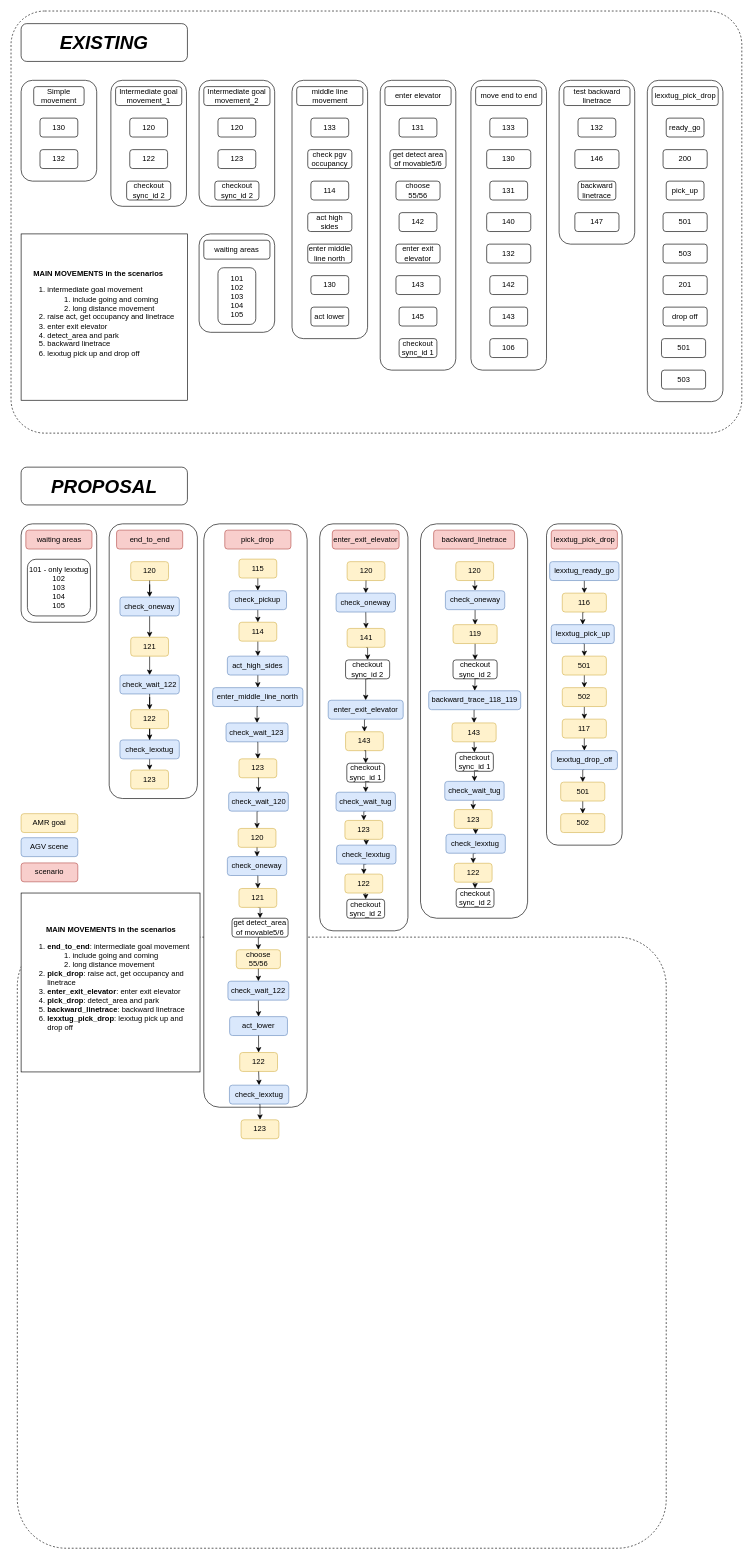
This is 24hrtest.drawio from sdswoops824/myrepo, a draw.io file, before an edit. Source tidied: cells renumbered, new cells numbered last; positions are measured from the earlier drawing's top-left corner, leaving out a move shared by most shapes. Both pictures are drawn from the tidied source at 63%, with x=0, y=0 at pixel (11, 11).
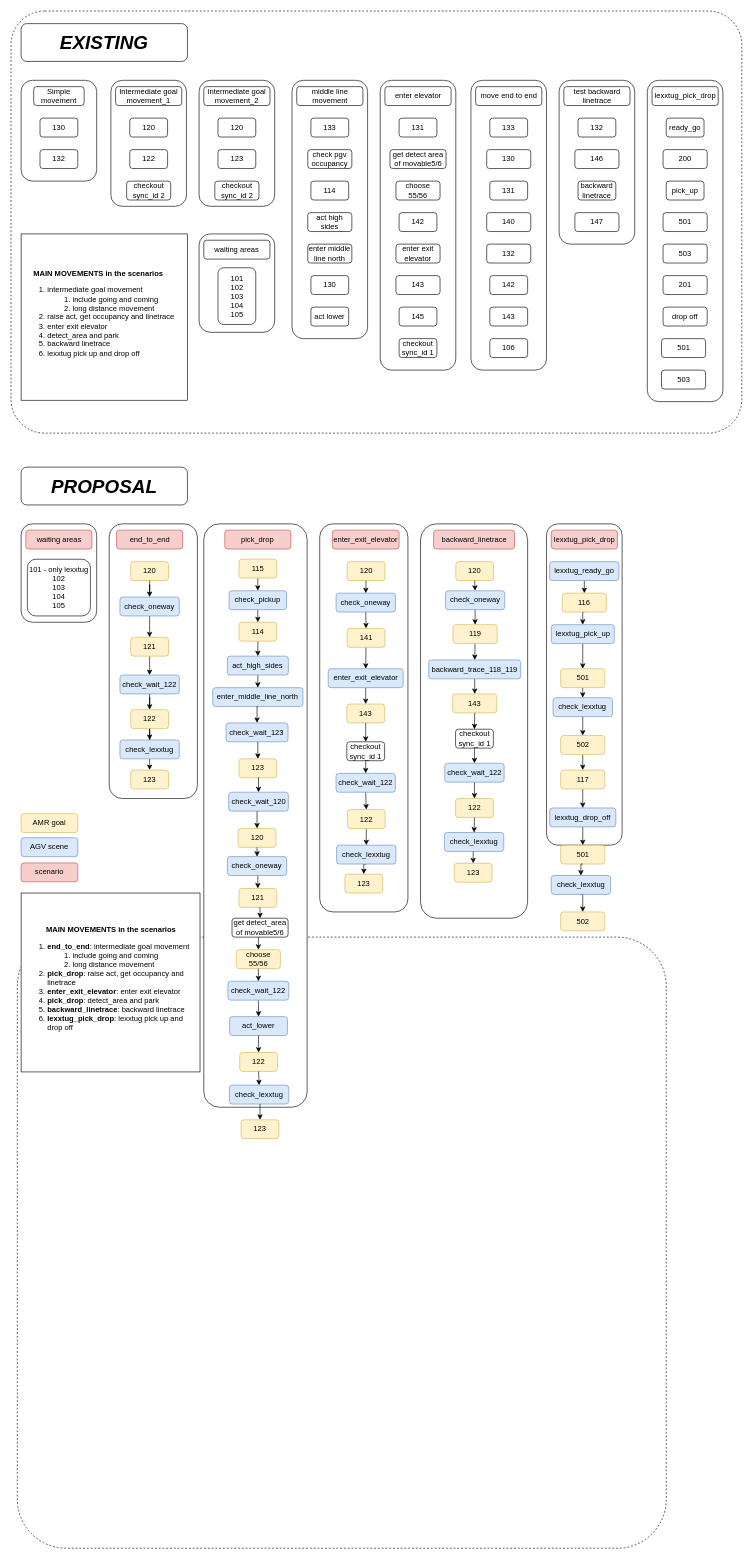
Above is the later version.

Unchanged cells that the change refers to:
```xml
<mxCell id="89" value="141" style="rounded=1;whiteSpace=wrap;html=1;fillColor=#fff2cc;strokeColor=#d6b656;" parent="1" vertex="1">
  <mxGeometry x="533.5" y="980" width="60" height="30" as="geometry" />
</mxCell>
<mxCell id="103" value="119" style="rounded=1;whiteSpace=wrap;html=1;fillColor=#fff2cc;strokeColor=#d6b656;" parent="1" vertex="1">
  <mxGeometry x="701.6" y="974" width="70" height="30" as="geometry" />
</mxCell>
```

Change to the diagram source:
```diff
@@
     <mxCell id="84" style="rounded=1;whiteSpace=wrap;html=1;" parent="1" vertex="1">
-      <mxGeometry x="490" y="814" width="140" height="646" as="geometry" />
+      <mxGeometry x="490" y="814" width="140" height="616" as="geometry" />
     </mxCell>
@@
-    <mxCell id="88" style="edgeStyle=orthogonalEdgeStyle;rounded=0;jettySize=auto;html=1;exitX=0.5;exitY=1;exitDx=0;exitDy=0;entryX=0.5;entryY=0;entryDx=0;entryDy=0;" parent="1" edge="1" source="89" target="143">
+    <mxCell id="88" style="edgeStyle=orthogonalEdgeStyle;rounded=0;jettySize=auto;html=1;exitX=0.5;exitY=1;exitDx=0;exitDy=0;entryX=0.5;entryY=0;entryDx=0;entryDy=0;" parent="1" edge="1" source="89" target="149">
       <mxGeometry relative="1" as="geometry" />
     </mxCell>
@@
     <mxCell id="92" value="143" style="rounded=1;whiteSpace=wrap;html=1;fillColor=#fff2cc;strokeColor=#d6b656;" parent="1" vertex="1">
-      <mxGeometry x="531" y="1144" width="60" height="30" as="geometry" />
+      <mxGeometry x="533" y="1100" width="60" height="30" as="geometry" />
     </mxCell>
@@
-    <mxCell id="95" style="edgeStyle=orthogonalEdgeStyle;rounded=0;jettySize=auto;html=1;exitX=0.5;exitY=1;exitDx=0;exitDy=0;entryX=0.5;entryY=0;entryDx=0;entryDy=0;" parent="1" edge="1" source="140" target="141">
-      <mxGeometry relative="1" as="geometry" />
-    </mxCell>
@@
     <mxCell id="101" value="backward_trace_118_119" style="rounded=1;whiteSpace=wrap;html=1;fillColor=#dae8fc;strokeColor=#6c8ebf;" parent="1" vertex="1">
-      <mxGeometry x="663" y="1079" width="146" height="30" as="geometry" />
+      <mxGeometry x="663" y="1030" width="146" height="30" as="geometry" />
     </mxCell>
-    <mxCell id="102" style="edgeStyle=orthogonalEdgeStyle;rounded=0;jettySize=auto;html=1;exitX=0.5;exitY=1;exitDx=0;exitDy=0;entryX=0.5;entryY=0;entryDx=0;entryDy=0;" parent="1" edge="1" source="103" target="145">
+    <mxCell id="102" style="edgeStyle=orthogonalEdgeStyle;rounded=0;jettySize=auto;html=1;exitX=0.5;exitY=1;exitDx=0;exitDy=0;entryX=0.5;entryY=0;entryDx=0;entryDy=0;" parent="1" edge="1" source="103" target="101">
       <mxGeometry relative="1" as="geometry" />
     </mxCell>
@@
     <mxCell id="104" value="143" style="rounded=1;whiteSpace=wrap;html=1;fillColor=#fff2cc;strokeColor=#d6b656;" parent="1" vertex="1">
-      <mxGeometry x="700" y="1130" width="70" height="30" as="geometry" />
+      <mxGeometry x="701" y="1084" width="70" height="30" as="geometry" />
     </mxCell>
@@
-    <mxCell id="113" style="edgeStyle=orthogonalEdgeStyle;rounded=0;jettySize=auto;html=1;exitX=0.5;exitY=1;exitDx=0;exitDy=0;entryX=0.5;entryY=0;entryDx=0;entryDy=0;" parent="1" edge="1" source="114" target="116">
-      <mxGeometry relative="1" as="geometry" />
-    </mxCell>
+    <mxCell id="198" style="edgeStyle=orthogonalEdgeStyle;rounded=0;jettySize=auto;html=1;exitX=0.5;exitY=1;exitDx=0;exitDy=0;entryX=0.5;entryY=0;entryDx=0;entryDy=0;" parent="1" edge="1" source="114" target="200">
+      <mxGeometry relative="1" as="geometry" />
+    </mxCell>
     <mxCell id="114" value="501" style="rounded=1;whiteSpace=wrap;html=1;fillColor=#fff2cc;strokeColor=#d6b656;" parent="1" vertex="1">
-      <mxGeometry x="875" y="1024" width="70" height="30" as="geometry" />
+      <mxGeometry x="872.5" y="1044" width="70" height="30" as="geometry" />
     </mxCell>
@@
     <mxCell id="116" value="502" style="rounded=1;whiteSpace=wrap;html=1;fillColor=#fff2cc;strokeColor=#d6b656;" parent="1" vertex="1">
-      <mxGeometry x="875" y="1074" width="70" height="30" as="geometry" />
+      <mxGeometry x="872.5" y="1150" width="70" height="30" as="geometry" />
     </mxCell>
@@
     <mxCell id="118" value="lexxtug_drop_off" style="rounded=1;whiteSpace=wrap;html=1;fillColor=#dae8fc;strokeColor=#6c8ebf;" parent="1" vertex="1">
-      <mxGeometry x="857.5" y="1174" width="105" height="30" as="geometry" />
+      <mxGeometry x="855" y="1265" width="105" height="30" as="geometry" />
     </mxCell>
-    <mxCell id="119" style="edgeStyle=orthogonalEdgeStyle;rounded=0;jettySize=auto;html=1;exitX=0.5;exitY=1;exitDx=0;exitDy=0;entryX=0.5;entryY=0;entryDx=0;entryDy=0;" parent="1" edge="1" source="120" target="123">
+    <mxCell id="119" style="edgeStyle=orthogonalEdgeStyle;rounded=0;jettySize=auto;html=1;exitX=0.5;exitY=1;exitDx=0;exitDy=0;entryX=0.5;entryY=0;entryDx=0;entryDy=0;" parent="1" edge="1" source="202" target="123">
       <mxGeometry relative="1" as="geometry" />
     </mxCell>
     <mxCell id="120" value="501" style="rounded=1;whiteSpace=wrap;html=1;fillColor=#fff2cc;strokeColor=#d6b656;" parent="1" vertex="1">
-      <mxGeometry x="872.5" y="1224" width="70" height="30" as="geometry" />
+      <mxGeometry x="872.5" y="1324" width="70" height="30" as="geometry" />
     </mxCell>
@@
     <mxCell id="122" value="117" style="rounded=1;whiteSpace=wrap;html=1;fillColor=#fff2cc;strokeColor=#d6b656;" parent="1" vertex="1">
-      <mxGeometry x="875" y="1124" width="70" height="30" as="geometry" />
+      <mxGeometry x="872.5" y="1204.8" width="70" height="30" as="geometry" />
     </mxCell>
     <mxCell id="123" value="502" style="rounded=1;whiteSpace=wrap;html=1;fillColor=#fff2cc;strokeColor=#d6b656;" parent="1" vertex="1">
-      <mxGeometry x="872.5" y="1274" width="70" height="30" as="geometry" />
+      <mxGeometry x="872.5" y="1430" width="70" height="30" as="geometry" />
     </mxCell>
@@
-    <mxCell id="140" value="122" style="rounded=1;whiteSpace=wrap;html=1;fillColor=#fff2cc;strokeColor=#d6b656;" parent="1" vertex="1">
+    <mxCell id="140" value="123" style="rounded=1;whiteSpace=wrap;html=1;fillColor=#fff2cc;strokeColor=#d6b656;" parent="1" vertex="1">
       <mxGeometry x="530" y="1370" width="60" height="30" as="geometry" />
     </mxCell>
-    <mxCell id="141" value="checkout&lt;div&gt;sync_id 2&lt;/div&gt;" style="rounded=1;whiteSpace=wrap;html=1;" parent="1" vertex="1">
-      <mxGeometry x="533" y="1410" width="60" height="30" as="geometry" />
-    </mxCell>
-    <mxCell id="142" style="edgeStyle=orthogonalEdgeStyle;rounded=0;jettySize=auto;html=1;exitX=0.5;exitY=1;exitDx=0;exitDy=0;entryX=0.5;entryY=0;entryDx=0;entryDy=0;" parent="1" edge="1" source="143" target="149">
-      <mxGeometry relative="1" as="geometry" />
-    </mxCell>
-    <mxCell id="143" value="checkout sync_id 2" style="rounded=1;whiteSpace=wrap;html=1;" parent="1" vertex="1">
-      <mxGeometry x="531" y="1030" width="70" height="30" as="geometry" />
-    </mxCell>
-    <mxCell id="144" style="edgeStyle=orthogonalEdgeStyle;rounded=0;jettySize=auto;html=1;exitX=0.5;exitY=1;exitDx=0;exitDy=0;entryX=0.5;entryY=0;entryDx=0;entryDy=0;" parent="1" edge="1" source="145" target="101">
-      <mxGeometry relative="1" as="geometry" />
-    </mxCell>
-    <mxCell id="145" value="checkout sync_id 2" style="rounded=1;whiteSpace=wrap;html=1;" parent="1" vertex="1">
-      <mxGeometry x="701.6" y="1030" width="70" height="30" as="geometry" />
-    </mxCell>
@@
     <mxCell id="149" value="enter_exit_elevator" style="rounded=1;whiteSpace=wrap;html=1;fillColor=#dae8fc;strokeColor=#6c8ebf;" parent="1" vertex="1">
-      <mxGeometry x="503.5" y="1094" width="119" height="30" as="geometry" />
+      <mxGeometry x="503.5" y="1044" width="119" height="30" as="geometry" />
     </mxCell>
@@
-    <mxCell id="171" value="check_wait_tug" style="rounded=1;whiteSpace=wrap;html=1;fillColor=#dae8fc;strokeColor=#6c8ebf;" parent="1" vertex="1">
-      <mxGeometry x="515.9" y="1240" width="94.2" height="30" as="geometry" />
+    <mxCell id="171" value="check_wait_122" style="rounded=1;whiteSpace=wrap;html=1;fillColor=#dae8fc;strokeColor=#6c8ebf;" parent="1" vertex="1">
+      <mxGeometry x="515.9" y="1210" width="94.2" height="30" as="geometry" />
     </mxCell>
@@
-    <mxCell id="173" value="123" style="rounded=1;whiteSpace=wrap;html=1;fillColor=#fff2cc;strokeColor=#d6b656;" parent="1" vertex="1">
-      <mxGeometry x="530" y="1284.8" width="60" height="30" as="geometry" />
+    <mxCell id="173" value="122" style="rounded=1;whiteSpace=wrap;html=1;fillColor=#fff2cc;strokeColor=#d6b656;" parent="1" vertex="1">
+      <mxGeometry x="533.9" y="1267.5" width="60" height="30" as="geometry" />
     </mxCell>
@@
     <mxCell id="177" value="checkout&lt;div&gt;sync_id 1&lt;/div&gt;" style="rounded=1;whiteSpace=wrap;html=1;" parent="1" vertex="1">
-      <mxGeometry x="533" y="1194" width="60" height="30" as="geometry" />
+      <mxGeometry x="533" y="1160" width="60" height="30" as="geometry" />
     </mxCell>
@@
-    <mxCell id="182" style="edgeStyle=orthogonalEdgeStyle;rounded=0;jettySize=auto;html=1;exitX=0.5;exitY=1;exitDx=0;exitDy=0;entryX=0.5;entryY=0;entryDx=0;entryDy=0;" parent="1" edge="1" source="183" target="184">
-      <mxGeometry relative="1" as="geometry" />
-    </mxCell>
-    <mxCell id="183" value="122" style="rounded=1;whiteSpace=wrap;html=1;fillColor=#fff2cc;strokeColor=#d6b656;" parent="1" vertex="1">
+    <mxCell id="183" value="123" style="rounded=1;whiteSpace=wrap;html=1;fillColor=#fff2cc;strokeColor=#d6b656;" parent="1" vertex="1">
       <mxGeometry x="703.6" y="1352.8" width="60" height="30" as="geometry" />
     </mxCell>
-    <mxCell id="184" value="checkout&lt;div&gt;sync_id 2&lt;/div&gt;" style="rounded=1;whiteSpace=wrap;html=1;" parent="1" vertex="1">
-      <mxGeometry x="706.6" y="1392.8" width="60" height="30" as="geometry" />
-    </mxCell>
@@
-    <mxCell id="186" value="check_wait_tug" style="rounded=1;whiteSpace=wrap;html=1;fillColor=#dae8fc;strokeColor=#6c8ebf;" parent="1" vertex="1">
-      <mxGeometry x="688.5" y="1222.8" width="94.2" height="30" as="geometry" />
+    <mxCell id="186" value="check_wait_122" style="rounded=1;whiteSpace=wrap;html=1;fillColor=#dae8fc;strokeColor=#6c8ebf;" parent="1" vertex="1">
+      <mxGeometry x="688.5" y="1194" width="94.2" height="30" as="geometry" />
     </mxCell>
@@
-    <mxCell id="188" value="123" style="rounded=1;whiteSpace=wrap;html=1;fillColor=#fff2cc;strokeColor=#d6b656;" parent="1" vertex="1">
-      <mxGeometry x="703.6" y="1267.5" width="60" height="30" as="geometry" />
+    <mxCell id="188" value="122" style="rounded=1;whiteSpace=wrap;html=1;fillColor=#fff2cc;strokeColor=#d6b656;" parent="1" vertex="1">
+      <mxGeometry x="705.6" y="1250" width="60" height="30" as="geometry" />
     </mxCell>
@@
     <mxCell id="190" value="check_lexxtug" style="rounded=1;whiteSpace=wrap;html=1;fillColor=#dae8fc;strokeColor=#6c8ebf;" parent="1" vertex="1">
-      <mxGeometry x="690.4" y="1306.8" width="94.2" height="30" as="geometry" />
+      <mxGeometry x="687.9" y="1304" width="94.2" height="30" as="geometry" />
     </mxCell>
     <mxCell id="191" value="checkout&lt;div&gt;sync_id 1&lt;/div&gt;" style="rounded=1;whiteSpace=wrap;html=1;" parent="1" vertex="1">
-      <mxGeometry x="705.6" y="1176.8" width="60" height="30" as="geometry" />
+      <mxGeometry x="705.6" y="1140" width="60" height="30" as="geometry" />
     </mxCell>
@@
+    <mxCell id="199" style="edgeStyle=orthogonalEdgeStyle;rounded=0;jettySize=auto;html=1;exitX=0.5;exitY=1;exitDx=0;exitDy=0;entryX=0.5;entryY=0;entryDx=0;entryDy=0;" parent="1" edge="1" source="200" target="116">
+      <mxGeometry relative="1" as="geometry" />
+    </mxCell>
+    <mxCell id="200" value="check_lexxtug" style="rounded=1;whiteSpace=wrap;html=1;fillColor=#dae8fc;strokeColor=#6c8ebf;" parent="1" vertex="1">
+      <mxGeometry x="860.4" y="1090" width="94.2" height="30" as="geometry" />
+    </mxCell>
+    <mxCell id="201" style="edgeStyle=orthogonalEdgeStyle;rounded=0;jettySize=auto;html=1;exitX=0.5;exitY=1;exitDx=0;exitDy=0;entryX=0.5;entryY=0;entryDx=0;entryDy=0;" parent="1" edge="1" source="120" target="202">
+      <mxGeometry relative="1" as="geometry" />
+    </mxCell>
+    <mxCell id="202" value="check_lexxtug" style="rounded=1;whiteSpace=wrap;html=1;fillColor=#dae8fc;strokeColor=#6c8ebf;" parent="1" vertex="1">
+      <mxGeometry x="857.5" y="1372.2" width="94.2" height="30" as="geometry" />
+    </mxCell>
```
